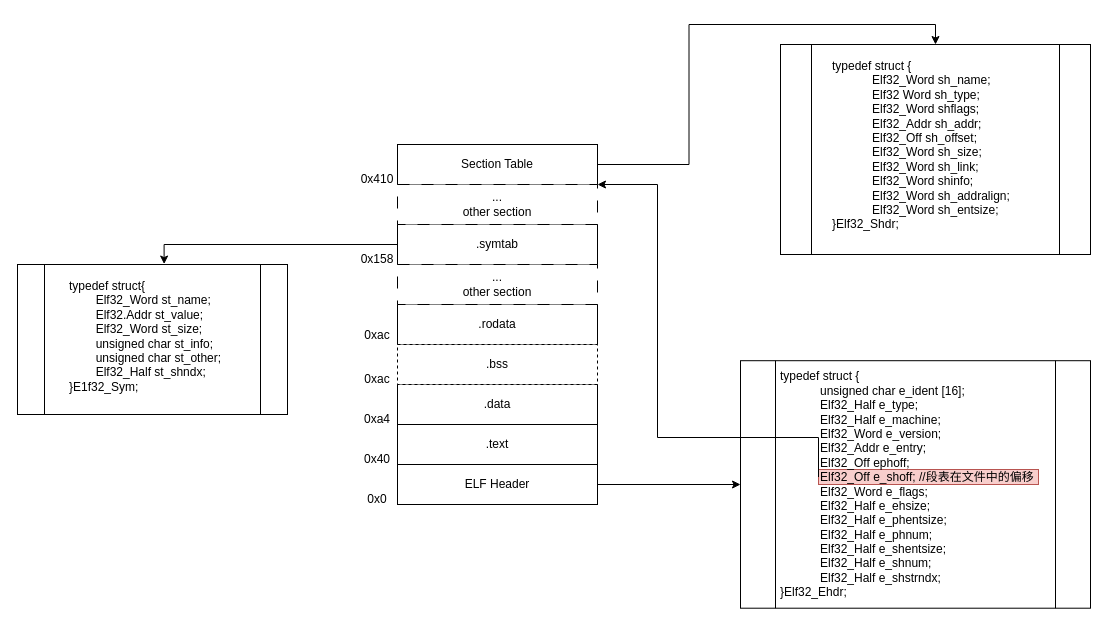
This is 1.学习笔记/a04.操作系统/Resource/drawio/ELF文件结构.drawio from mowang111/personal_knowledge_repository, a draw.io file, before an edit. Source tidied: cells renumbered, new cells numbered last; positions are measured from the earlier drawing's top-left corner, leaving out a move shared by most shapes. Both pictures are drawn from the tidied source at 100%, with x=0, y=0 at pixel (17, 44).
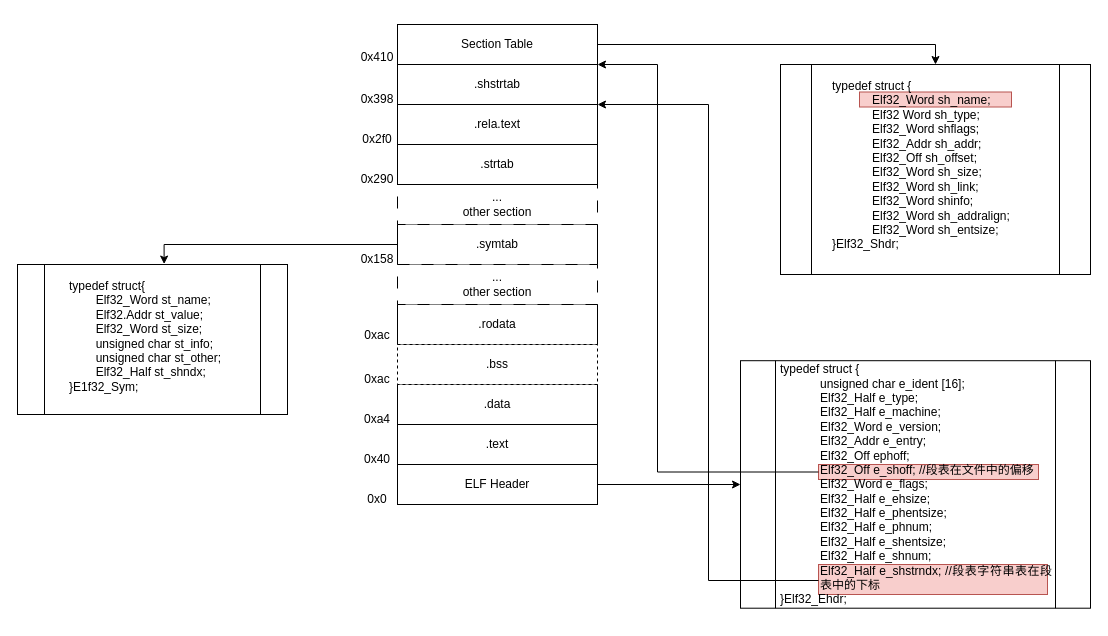
The same diagram, later.

Commit message (it also covers changes not shown here):
vault backup: 2024-07-17 22:26:58

Change to the diagram source:
```diff
@@
+    <mxCell id="9" style="shape=process;whiteSpace=wrap;html=1;backgroundOutline=1;rounded=0;align=left;" parent="1" vertex="1">
+      <mxGeometry x="723" y="316.2" width="350" height="247.5" as="geometry" />
+    </mxCell>
+    <mxCell id="30" style="rounded=0;whiteSpace=wrap;html=1;labelBorderColor=#FF0000;fillColor=#f8cecc;strokeColor=#b85450;" parent="1" vertex="1">
+      <mxGeometry x="801" y="520" width="229" height="30" as="geometry" />
+    </mxCell>
+    <mxCell id="12" style="shape=process;whiteSpace=wrap;html=1;backgroundOutline=1;rounded=0;align=left;" parent="1" vertex="1">
+      <mxGeometry x="763" y="20" width="310" height="210" as="geometry" />
+    </mxCell>
+    <mxCell id="31" style="rounded=0;whiteSpace=wrap;html=1;labelBorderColor=#FF0000;fillColor=#f8cecc;strokeColor=#b85450;" parent="1" vertex="1">
+      <mxGeometry x="842" y="47.5" width="152" height="15" as="geometry" />
+    </mxCell>
@@
     <mxCell id="7" value="Section Table" style="rounded=0;whiteSpace=wrap;html=1;" parent="1" vertex="1">
-      <mxGeometry x="380" y="100" width="200" height="40" as="geometry" />
+      <mxGeometry x="380" y="-20" width="200" height="40" as="geometry" />
     </mxCell>
@@
-    <mxCell id="9" style="shape=process;whiteSpace=wrap;html=1;backgroundOutline=1;rounded=0;align=left;" parent="1" vertex="1">
-      <mxGeometry x="723" y="316.2" width="350" height="247.5" as="geometry" />
-    </mxCell>
+    <mxCell id="13" value="typedef struct {&lt;br&gt;&lt;blockquote style=&quot;margin: 0 0 0 40px; border: none; padding: 0px;&quot;&gt;Elf32_Word sh_name;&lt;br&gt;Elf32 Word sh_type;&lt;br&gt;Elf32_Word shflags;&lt;br&gt;Elf32_Addr sh_addr;&lt;br&gt;Elf32_Off sh_offset;&lt;br&gt;Elf32_Word sh_size;&lt;br&gt;Elf32_Word sh_link;&lt;br&gt;Elf32_Word shinfo;&lt;br&gt;Elf32_Word sh_addralign;&lt;br&gt;Elf32_Word sh_entsize;&lt;/blockquote&gt;}Elf32_Shdr;" style="text;whiteSpace=wrap;html=1;" parent="1" vertex="1">
+      <mxGeometry x="813" y="27.5" width="220" height="192.5" as="geometry" />
+    </mxCell>
     <mxCell id="10" style="rounded=0;whiteSpace=wrap;html=1;labelBorderColor=#FF0000;fillColor=#f8cecc;strokeColor=#b85450;" parent="1" vertex="1">
-      <mxGeometry x="801" y="425" width="220" height="15" as="geometry" />
+      <mxGeometry x="801" y="420" width="220" height="15" as="geometry" />
     </mxCell>
-    <mxCell id="11" value="&lt;div style=&quot;text-align: justify;&quot;&gt;typedef struct {&lt;/div&gt;&lt;blockquote style=&quot;margin: 0 0 0 40px; border: none; padding: 0px;&quot;&gt;&lt;div style=&quot;text-align: justify;&quot;&gt;unsigned char e_ident [16];&lt;/div&gt;&lt;div style=&quot;text-align: justify;&quot;&gt;Elf32_Half e_type;&lt;/div&gt;&lt;div style=&quot;text-align: justify;&quot;&gt;Elf32_Half e_machine;&lt;/div&gt;&lt;div style=&quot;text-align: justify;&quot;&gt;Elf32_Word e_version;&lt;/div&gt;&lt;div style=&quot;text-align: justify;&quot;&gt;Elf32_Addr e_entry;&lt;/div&gt;&lt;div style=&quot;text-align: justify;&quot;&gt;Elf32_Off ephoff;&lt;/div&gt;&lt;div style=&quot;text-align: justify;&quot;&gt;Elf32_Off e_shoff; //段表在文件中的偏移&lt;/div&gt;&lt;div style=&quot;text-align: justify;&quot;&gt;Elf32_Word e_flags;&lt;/div&gt;&lt;div style=&quot;text-align: justify;&quot;&gt;Elf32_Half e_ehsize;&lt;/div&gt;&lt;div style=&quot;text-align: justify;&quot;&gt;Elf32_Half e_phentsize;&lt;/div&gt;&lt;div style=&quot;text-align: justify;&quot;&gt;Elf32_Half e_phnum;&lt;/div&gt;&lt;div style=&quot;text-align: justify;&quot;&gt;Elf32_Half e_shentsize;&lt;/div&gt;&lt;div style=&quot;text-align: justify;&quot;&gt;Elf32_Half e_shnum;&lt;/div&gt;&lt;div style=&quot;text-align: justify;&quot;&gt;Elf32_Half e_shstrndx;&lt;/div&gt;&lt;/blockquote&gt;&lt;div style=&quot;text-align: justify;&quot;&gt;}Elf32_Ehdr;&lt;/div&gt;" style="text;strokeColor=none;align=left;fillColor=none;html=1;verticalAlign=middle;rounded=0;spacing=0;spacingBottom=0;horizontal=1;whiteSpace=wrap;" parent="1" vertex="1">
-      <mxGeometry x="763" y="306.2" width="270" height="267.5" as="geometry" />
-    </mxCell>
-    <mxCell id="12" style="shape=process;whiteSpace=wrap;html=1;backgroundOutline=1;rounded=0;align=left;" parent="1" vertex="1">
-      <mxGeometry x="763" width="310" height="210" as="geometry" />
-    </mxCell>
-    <mxCell id="13" value="typedef struct {&lt;br&gt;&lt;blockquote style=&quot;margin: 0 0 0 40px; border: none; padding: 0px;&quot;&gt;Elf32_Word sh_name;&lt;br&gt;Elf32 Word sh_type;&lt;br&gt;Elf32_Word shflags;&lt;br&gt;Elf32_Addr sh_addr;&lt;br&gt;Elf32_Off sh_offset;&lt;br&gt;Elf32_Word sh_size;&lt;br&gt;Elf32_Word sh_link;&lt;br&gt;Elf32_Word shinfo;&lt;br&gt;Elf32_Word sh_addralign;&lt;br&gt;Elf32_Word sh_entsize;&lt;/blockquote&gt;}Elf32_Shdr;" style="text;whiteSpace=wrap;html=1;" parent="1" vertex="1">
-      <mxGeometry x="813" y="7.5" width="220" height="192.5" as="geometry" />
-    </mxCell>
     <mxCell id="14" style="edgeStyle=orthogonalEdgeStyle;rounded=0;jettySize=auto;html=1;exitX=0;exitY=0.5;exitDx=0;exitDy=0;entryX=1;entryY=1;entryDx=0;entryDy=0;" parent="1" edge="1" source="10" target="7">
       <mxGeometry relative="1" as="geometry">
         <Array as="points">
-          <mxPoint x="801" y="393" />
-          <mxPoint x="640" y="393" />
-          <mxPoint x="640" y="140" />
+          <mxPoint x="640" y="428" />
+          <mxPoint x="640" y="20" />
         </Array>
       </mxGeometry>
     </mxCell>
@@
-    <mxCell id="26" value="0x410" style="text;html=1;align=center;verticalAlign=middle;whiteSpace=wrap;rounded=0;" parent="1" vertex="1">
-      <mxGeometry x="330" y="120" width="60" height="30" as="geometry" />
+    <mxCell id="26" value="0x2f0" style="text;html=1;align=center;verticalAlign=middle;whiteSpace=wrap;rounded=0;" parent="1" vertex="1">
+      <mxGeometry x="330" y="80" width="60" height="30" as="geometry" />
     </mxCell>
@@
+    <mxCell id="32" value=".rela.text" style="rounded=0;whiteSpace=wrap;html=1;" parent="1" vertex="1">
+      <mxGeometry x="380" y="60" width="200" height="40" as="geometry" />
+    </mxCell>
+    <mxCell id="33" value="0x410" style="text;html=1;align=center;verticalAlign=middle;whiteSpace=wrap;rounded=0;" parent="1" vertex="1">
+      <mxGeometry x="330" y="-2.5" width="60" height="30" as="geometry" />
+    </mxCell>
+    <mxCell id="34" value=".shstrtab" style="rounded=0;whiteSpace=wrap;html=1;" parent="1" vertex="1">
+      <mxGeometry x="380" y="20" width="200" height="40" as="geometry" />
+    </mxCell>
+    <mxCell id="35" value="0x398" style="text;html=1;align=center;verticalAlign=middle;whiteSpace=wrap;rounded=0;" parent="1" vertex="1">
+      <mxGeometry x="330" y="40" width="60" height="30" as="geometry" />
+    </mxCell>
+    <mxCell id="36" value=".strtab" style="rounded=0;whiteSpace=wrap;html=1;" parent="1" vertex="1">
+      <mxGeometry x="380" y="100" width="200" height="40" as="geometry" />
+    </mxCell>
+    <mxCell id="37" value="0x290" style="text;html=1;align=center;verticalAlign=middle;whiteSpace=wrap;rounded=0;" parent="1" vertex="1">
+      <mxGeometry x="330" y="120" width="60" height="30" as="geometry" />
+    </mxCell>
+    <mxCell id="38" style="edgeStyle=orthogonalEdgeStyle;rounded=0;jettySize=auto;html=1;entryX=1;entryY=0;entryDx=0;entryDy=0;" parent="1" edge="1" source="30" target="32">
+      <mxGeometry relative="1" as="geometry">
+        <Array as="points">
+          <mxPoint x="691" y="536" />
+          <mxPoint x="691" y="60" />
+        </Array>
+      </mxGeometry>
+    </mxCell>
+    <mxCell id="11" value="&lt;div style=&quot;text-align: justify;&quot;&gt;typedef struct {&lt;/div&gt;&lt;blockquote style=&quot;margin: 0 0 0 40px; border: none; padding: 0px;&quot;&gt;&lt;div style=&quot;text-align: justify;&quot;&gt;unsigned char e_ident [16];&lt;/div&gt;&lt;div style=&quot;text-align: justify;&quot;&gt;Elf32_Half e_type;&lt;/div&gt;&lt;div style=&quot;text-align: justify;&quot;&gt;Elf32_Half e_machine;&lt;/div&gt;&lt;div style=&quot;text-align: justify;&quot;&gt;Elf32_Word e_version;&lt;/div&gt;&lt;div style=&quot;text-align: justify;&quot;&gt;Elf32_Addr e_entry;&lt;/div&gt;&lt;div style=&quot;text-align: justify;&quot;&gt;Elf32_Off ephoff;&lt;/div&gt;&lt;div style=&quot;text-align: justify;&quot;&gt;Elf32_Off e_shoff; //段表在文件中的偏移&lt;/div&gt;&lt;div style=&quot;text-align: justify;&quot;&gt;Elf32_Word e_flags;&lt;/div&gt;&lt;div style=&quot;text-align: justify;&quot;&gt;Elf32_Half e_ehsize;&lt;/div&gt;&lt;div style=&quot;text-align: justify;&quot;&gt;Elf32_Half e_phentsize;&lt;/div&gt;&lt;div style=&quot;text-align: justify;&quot;&gt;Elf32_Half e_phnum;&lt;/div&gt;&lt;div style=&quot;text-align: justify;&quot;&gt;Elf32_Half e_shentsize;&lt;/div&gt;&lt;div style=&quot;text-align: justify;&quot;&gt;Elf32_Half e_shnum;&lt;/div&gt;&lt;div style=&quot;text-align: justify;&quot;&gt;Elf32_Half e_shstrndx; //段表字符串表在段表中的下标&lt;/div&gt;&lt;/blockquote&gt;&lt;div style=&quot;text-align: justify;&quot;&gt;}Elf32_Ehdr;&lt;/div&gt;" style="text;strokeColor=none;align=left;fillColor=none;html=1;verticalAlign=middle;rounded=0;spacing=0;spacingBottom=0;horizontal=1;whiteSpace=wrap;" parent="1" vertex="1">
+      <mxGeometry x="763" y="306.2" width="270" height="267.5" as="geometry" />
+    </mxCell>
```
